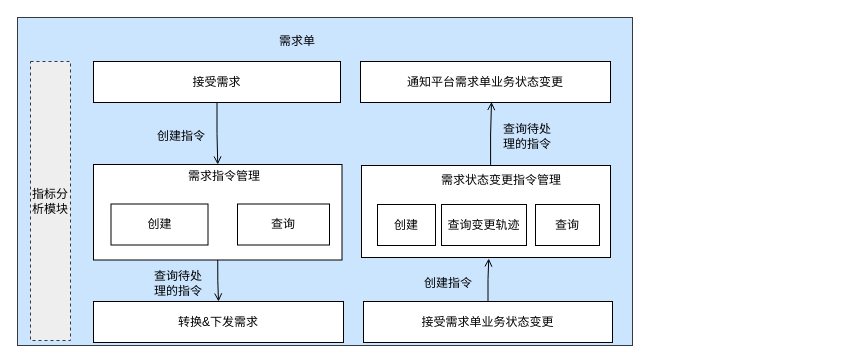
lokiworks/codebase keeps this draw.io diagram as page "Copy of Copy of Page-28" (31 of 36) of docs/自营重构.drawio. Above is the earlier version. Source tidied: cells renumbered, new cells numbered last; positions are measured from the earlier drawing's top-left corner, leaving out a move shared by most shapes. Both pictures are drawn from the tidied source at 100%, with x=0, y=0 at pixel (17, 17).
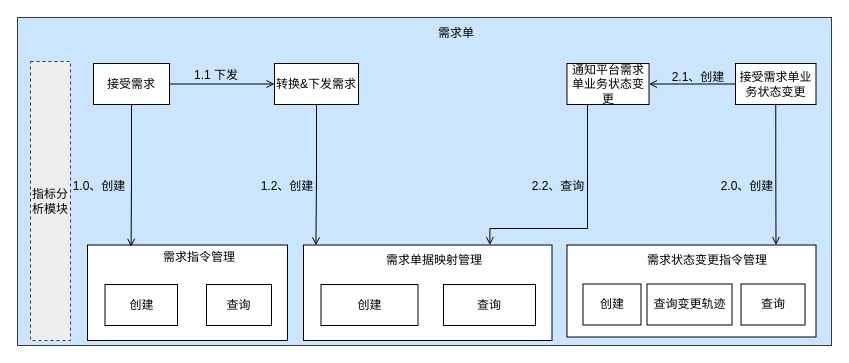
After the change.

What changed in the source:
```diff
@@
     <mxCell id="2" style="rounded=0;whiteSpace=wrap;html=1;fillColor=#cce5ff;strokeColor=#36393d;" parent="1" vertex="1">
-      <mxGeometry width="615" height="328" as="geometry" />
+      <mxGeometry width="814" height="328" as="geometry" />
     </mxCell>
-    <mxCell id="3" style="edgeStyle=orthogonalEdgeStyle;rounded=0;jettySize=auto;html=1;exitX=0.5;exitY=1;exitDx=0;exitDy=0;fontColor=#000000;startArrow=none;startFill=0;endArrow=open;endFill=0;strokeColor=#000000;" parent="1" edge="1" source="4" target="18">
-      <mxGeometry relative="1" as="geometry" />
-    </mxCell>
     <mxCell id="4" style="rounded=0;whiteSpace=wrap;html=1;" parent="1" vertex="1">
-      <mxGeometry x="76" y="147" width="248.5" height="95.5" as="geometry" />
+      <mxGeometry x="70" y="227.5" width="200" height="95.5" as="geometry" />
     </mxCell>
     <mxCell id="5" value="查询" style="rounded=0;whiteSpace=wrap;html=1;" parent="1" vertex="1">
-      <mxGeometry x="220" y="186.5" width="92" height="41" as="geometry" />
+      <mxGeometry x="189" y="267" width="65" height="41" as="geometry" />
     </mxCell>
     <mxCell id="6" value="创建" style="rounded=0;whiteSpace=wrap;html=1;" parent="1" vertex="1">
-      <mxGeometry x="93.5" y="186.5" width="97" height="41" as="geometry" />
+      <mxGeometry x="87.5" y="267" width="72.5" height="41" as="geometry" />
     </mxCell>
     <mxCell id="7" value="需求单" style="text;html=1;align=center;verticalAlign=middle;whiteSpace=wrap;rounded=0;" parent="1" vertex="1">
-      <mxGeometry x="250" y="9" width="60" height="30" as="geometry" />
+      <mxGeometry x="408.5" y="1" width="60" height="30" as="geometry" />
     </mxCell>
     <mxCell id="8" style="rounded=0;whiteSpace=wrap;html=1;" parent="1" vertex="1">
-      <mxGeometry x="344" y="148" width="249" height="92" as="geometry" />
+      <mxGeometry x="549.5" y="227.5" width="249" height="92" as="geometry" />
     </mxCell>
-    <mxCell id="9" style="edgeStyle=orthogonalEdgeStyle;rounded=0;jettySize=auto;html=1;exitX=0.5;exitY=0;exitDx=0;exitDy=0;fontColor=#000000;startArrow=none;startFill=0;endArrow=open;endFill=0;strokeColor=#000000;entryX=0.511;entryY=1.011;entryDx=0;entryDy=0;entryPerimeter=0;" parent="1" edge="1" source="10" target="8">
-      <mxGeometry relative="1" as="geometry" />
-    </mxCell>
+    <mxCell id="26" style="edgeStyle=orthogonalEdgeStyle;rounded=0;jettySize=auto;html=1;exitX=0.5;exitY=1;exitDx=0;exitDy=0;entryX=1;entryY=0;entryDx=0;entryDy=0;endArrow=open;endFill=0;" parent="1" edge="1" source="10" target="12">
+      <mxGeometry relative="1" as="geometry" />
+    </mxCell>
+    <mxCell id="27" style="edgeStyle=orthogonalEdgeStyle;rounded=0;jettySize=auto;html=1;exitX=0;exitY=0.5;exitDx=0;exitDy=0;entryX=1;entryY=0.5;entryDx=0;entryDy=0;endArrow=open;endFill=0;" parent="1" edge="1" source="10" target="14">
+      <mxGeometry relative="1" as="geometry" />
+    </mxCell>
     <mxCell id="10" value="接受需求单业务状态变更" style="rounded=0;whiteSpace=wrap;html=1;" parent="1" vertex="1">
-      <mxGeometry x="346" y="284" width="249" height="41" as="geometry" />
+      <mxGeometry x="718" y="46" width="80.5" height="41" as="geometry" />
     </mxCell>
-    <mxCell id="11" style="edgeStyle=orthogonalEdgeStyle;rounded=0;jettySize=auto;html=1;exitX=0.421;exitY=-0.02;exitDx=0;exitDy=0;entryX=0.524;entryY=0.988;entryDx=0;entryDy=0;entryPerimeter=0;fontColor=#000000;startArrow=none;startFill=0;endArrow=open;endFill=0;strokeColor=#000000;exitPerimeter=0;" parent="1" edge="1" source="12" target="14">
-      <mxGeometry relative="1" as="geometry" />
-    </mxCell>
     <mxCell id="12" value="需求状态变更指令管理" style="text;html=1;strokeColor=none;fillColor=none;align=center;verticalAlign=middle;whiteSpace=wrap;rounded=0;fontColor=#000000;" parent="1" vertex="1">
-      <mxGeometry x="415" y="148" width="138" height="30" as="geometry" />
+      <mxGeometry x="620.5" y="227.5" width="138" height="30" as="geometry" />
     </mxCell>
@@
+    <mxCell id="28" style="edgeStyle=orthogonalEdgeStyle;rounded=0;jettySize=auto;html=1;exitX=0.25;exitY=1;exitDx=0;exitDy=0;entryX=0.75;entryY=0;entryDx=0;entryDy=0;endArrow=open;endFill=0;" parent="1" edge="1" source="14" target="31">
+      <mxGeometry relative="1" as="geometry">
+        <Array as="points">
+          <mxPoint x="570" y="211" />
+          <mxPoint x="472" y="211" />
+        </Array>
+      </mxGeometry>
+    </mxCell>
     <mxCell id="14" value="通知平台需求单业务状态变更" style="rounded=0;whiteSpace=wrap;html=1;" parent="1" vertex="1">
-      <mxGeometry x="343" y="44" width="250" height="41" as="geometry" />
+      <mxGeometry x="549.5" y="46" width="82" height="41" as="geometry" />
     </mxCell>
     <mxCell id="15" value="需求指令管理" style="text;html=1;strokeColor=none;fillColor=none;align=center;verticalAlign=middle;whiteSpace=wrap;rounded=0;fontColor=#000000;" parent="1" vertex="1">
-      <mxGeometry x="160" y="144" width="94" height="30" as="geometry" />
+      <mxGeometry x="135" y="224.5" width="94" height="30" as="geometry" />
     </mxCell>
     <mxCell id="16" value="创建" style="rounded=0;whiteSpace=wrap;html=1;" parent="1" vertex="1">
-      <mxGeometry x="360" y="187" width="58" height="41" as="geometry" />
+      <mxGeometry x="565.5" y="266.5" width="58" height="41" as="geometry" />
     </mxCell>
     <mxCell id="17" value="查询变更轨迹" style="rounded=0;whiteSpace=wrap;html=1;" parent="1" vertex="1">
-      <mxGeometry x="424" y="187" width="85" height="41" as="geometry" />
+      <mxGeometry x="629.5" y="266.5" width="85" height="41" as="geometry" />
     </mxCell>
+    <mxCell id="29" style="edgeStyle=orthogonalEdgeStyle;rounded=0;jettySize=auto;html=1;exitX=0.5;exitY=1;exitDx=0;exitDy=0;entryX=0.05;entryY=0.004;entryDx=0;entryDy=0;entryPerimeter=0;endArrow=open;endFill=0;" parent="1" edge="1" source="18" target="31">
+      <mxGeometry relative="1" as="geometry" />
+    </mxCell>
     <mxCell id="18" value="转换&amp;amp;下发需求" style="rounded=0;whiteSpace=wrap;html=1;" parent="1" vertex="1">
-      <mxGeometry x="76" y="284" width="250" height="41" as="geometry" />
+      <mxGeometry x="257" y="46" width="84" height="41" as="geometry" />
     </mxCell>
-    <mxCell id="19" style="edgeStyle=orthogonalEdgeStyle;rounded=0;jettySize=auto;html=1;entryX=0.5;entryY=0;entryDx=0;entryDy=0;fontColor=#000000;startArrow=none;startFill=0;endArrow=open;endFill=0;strokeColor=#000000;" parent="1" edge="1" source="20" target="4">
+    <mxCell id="19" style="edgeStyle=orthogonalEdgeStyle;rounded=0;jettySize=auto;html=1;exitX=0.5;exitY=1;exitDx=0;exitDy=0;entryX=0.218;entryY=0.019;entryDx=0;entryDy=0;entryPerimeter=0;endArrow=open;endFill=0;" parent="1" edge="1" source="20" target="4">
       <mxGeometry relative="1" as="geometry" />
     </mxCell>
+    <mxCell id="30" style="edgeStyle=orthogonalEdgeStyle;rounded=0;jettySize=auto;html=1;exitX=1;exitY=0.5;exitDx=0;exitDy=0;endArrow=open;endFill=0;" parent="1" edge="1" source="20" target="18">
+      <mxGeometry relative="1" as="geometry" />
+    </mxCell>
     <mxCell id="20" value="接受需求" style="rounded=0;whiteSpace=wrap;html=1;" parent="1" vertex="1">
-      <mxGeometry x="76" y="44" width="247" height="41" as="geometry" />
+      <mxGeometry x="76" y="46" width="76" height="41" as="geometry" />
     </mxCell>
-    <mxCell id="21" value="创建指令" style="text;html=1;strokeColor=none;fillColor=none;align=center;verticalAlign=middle;whiteSpace=wrap;rounded=0;dashed=1;fontColor=#000000;" parent="1" vertex="1">
-      <mxGeometry x="134" y="104" width="60" height="30" as="geometry" />
+    <mxCell id="21" value="1.0、创建" style="text;html=1;strokeColor=none;fillColor=none;align=center;verticalAlign=middle;whiteSpace=wrap;rounded=0;dashed=1;fontColor=#000000;" parent="1" vertex="1">
+      <mxGeometry x="53" y="153" width="58" height="31" as="geometry" />
     </mxCell>
-    <mxCell id="22" value="查询待处理的指令" style="text;html=1;strokeColor=none;fillColor=none;align=center;verticalAlign=middle;whiteSpace=wrap;rounded=0;dashed=1;fontColor=#000000;" parent="1" vertex="1">
-      <mxGeometry x="130.5" y="251" width="60" height="30" as="geometry" />
-    </mxCell>
-    <mxCell id="23" value="查询待处理的指令" style="text;html=1;strokeColor=none;fillColor=none;align=center;verticalAlign=middle;whiteSpace=wrap;rounded=0;dashed=1;fontColor=#000000;" parent="1" vertex="1">
-      <mxGeometry x="480" y="104" width="60" height="30" as="geometry" />
-    </mxCell>
     <mxCell id="24" value="查询" style="rounded=0;whiteSpace=wrap;html=1;" parent="1" vertex="1">
-      <mxGeometry x="518" y="187" width="64" height="41" as="geometry" />
+      <mxGeometry x="723.5" y="266.5" width="64" height="41" as="geometry" />
     </mxCell>
-    <mxCell id="25" value="创建指令" style="text;html=1;strokeColor=none;fillColor=none;align=center;verticalAlign=middle;whiteSpace=wrap;rounded=0;dashed=1;fontColor=#000000;" parent="1" vertex="1">
-      <mxGeometry x="401" y="251" width="60" height="30" as="geometry" />
-    </mxCell>
+    <mxCell id="31" style="rounded=0;whiteSpace=wrap;html=1;" parent="1" vertex="1">
+      <mxGeometry x="286" y="227.5" width="248.5" height="95.5" as="geometry" />
+    </mxCell>
+    <mxCell id="32" value="查询" style="rounded=0;whiteSpace=wrap;html=1;" parent="1" vertex="1">
+      <mxGeometry x="426" y="267" width="92" height="41" as="geometry" />
+    </mxCell>
+    <mxCell id="33" value="创建" style="rounded=0;whiteSpace=wrap;html=1;" parent="1" vertex="1">
+      <mxGeometry x="303.5" y="267" width="97" height="41" as="geometry" />
+    </mxCell>
+    <mxCell id="34" value="需求单据映射管理" style="text;html=1;strokeColor=none;fillColor=none;align=center;verticalAlign=middle;whiteSpace=wrap;rounded=0;fontColor=#000000;" parent="1" vertex="1">
+      <mxGeometry x="366" y="227.5" width="102" height="30" as="geometry" />
+    </mxCell>
+    <mxCell id="35" value="1.1 下发" style="text;html=1;strokeColor=none;fillColor=none;align=center;verticalAlign=middle;whiteSpace=wrap;rounded=0;" parent="1" vertex="1">
+      <mxGeometry x="169" y="43" width="60" height="30" as="geometry" />
+    </mxCell>
+    <mxCell id="36" value="1.2、创建" style="text;html=1;strokeColor=none;fillColor=none;align=center;verticalAlign=middle;whiteSpace=wrap;rounded=0;dashed=1;fontColor=#000000;" parent="1" vertex="1">
+      <mxGeometry x="241" y="153" width="58" height="31" as="geometry" />
+    </mxCell>
+    <mxCell id="37" value="2.0、创建" style="text;html=1;strokeColor=none;fillColor=none;align=center;verticalAlign=middle;whiteSpace=wrap;rounded=0;dashed=1;fontColor=#000000;" parent="1" vertex="1">
+      <mxGeometry x="701" y="153" width="58" height="31" as="geometry" />
+    </mxCell>
+    <mxCell id="38" value="2.1、创建" style="text;html=1;strokeColor=none;fillColor=none;align=center;verticalAlign=middle;whiteSpace=wrap;rounded=0;dashed=1;fontColor=#000000;" parent="1" vertex="1">
+      <mxGeometry x="652" y="44" width="58" height="31" as="geometry" />
+    </mxCell>
+    <mxCell id="39" value="2.2、查询" style="text;html=1;strokeColor=none;fillColor=none;align=center;verticalAlign=middle;whiteSpace=wrap;rounded=0;dashed=1;fontColor=#000000;" parent="1" vertex="1">
+      <mxGeometry x="512" y="153" width="58" height="31" as="geometry" />
+    </mxCell>
```
